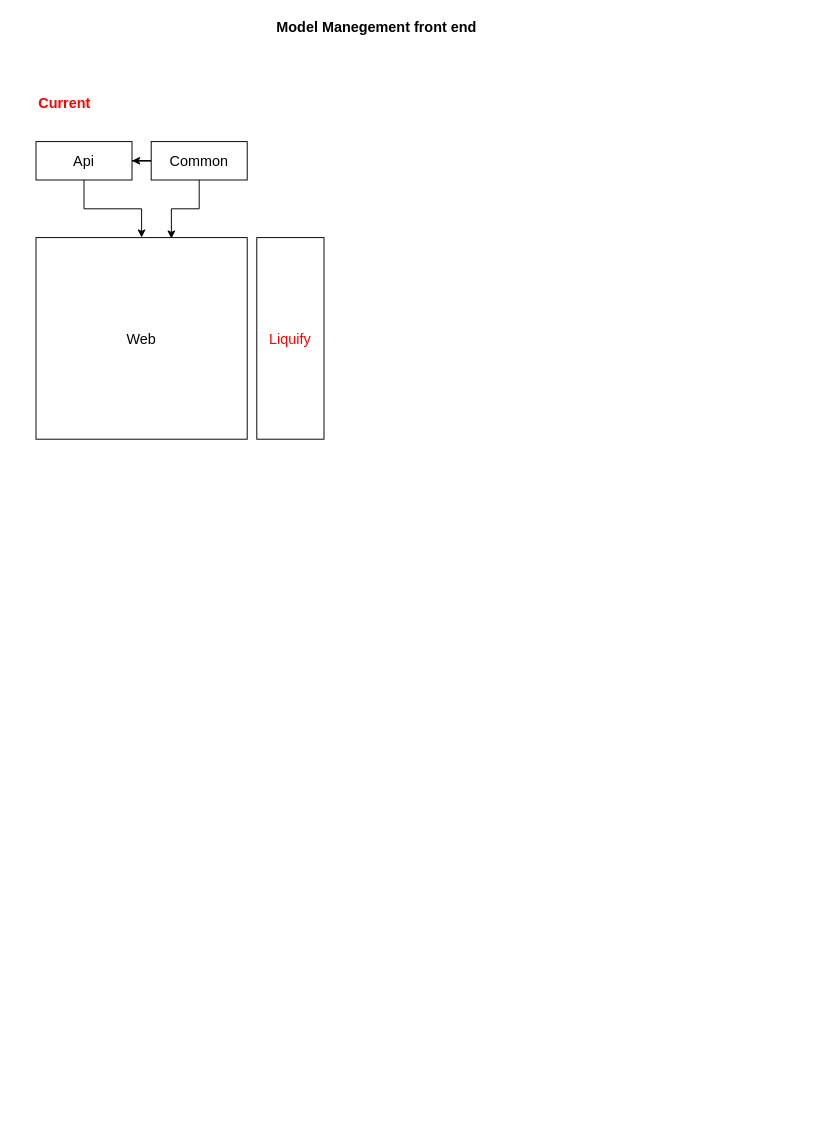
Before: Untitled Diagram.drawio in haithemT/diagrams, a draw.io diagram. Source tidied: cells renumbered, new cells numbered last; positions are measured from the earlier drawing's top-left corner, leaving out a move shared by most shapes. Both pictures are drawn from the tidied source at 96%, with x=0, y=0 at pixel (36, 16).
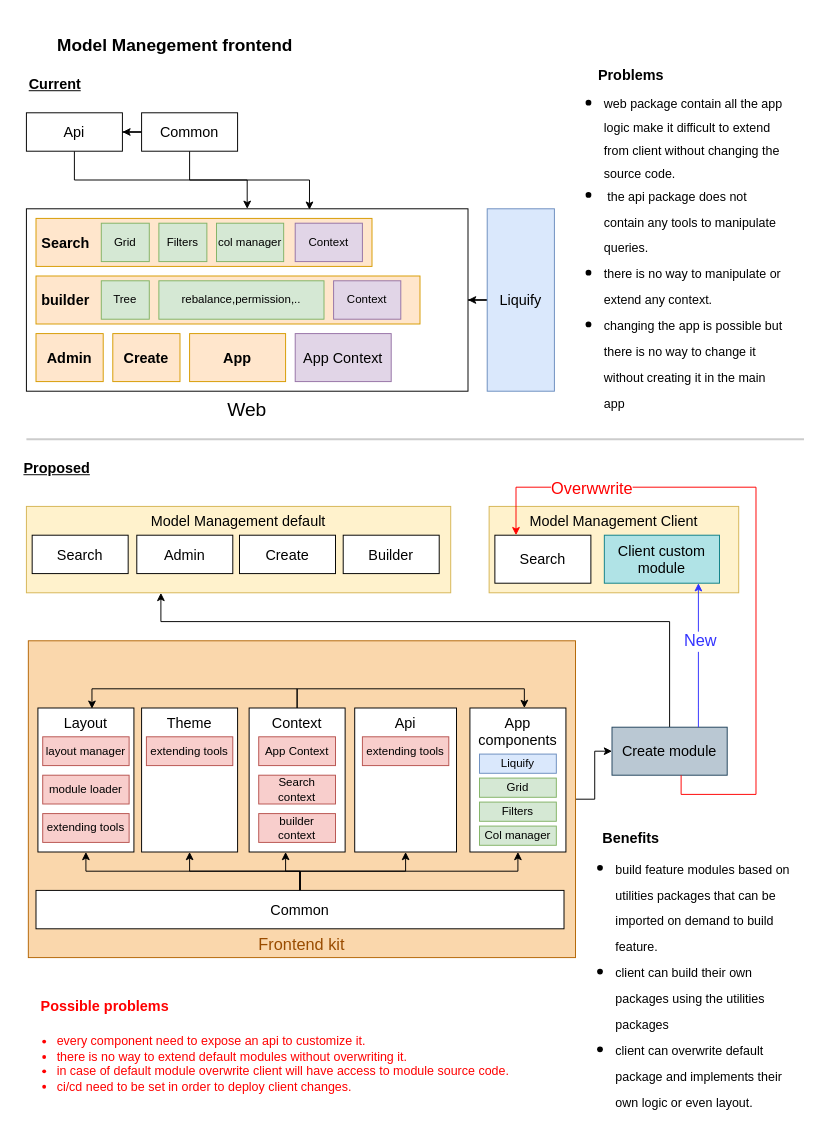
After the change.

What changed in the source:
```diff
@@
+    <mxCell id="11" style="edgeStyle=orthogonalEdgeStyle;rounded=0;jettySize=auto;html=1;startArrow=none;startFill=0;fontSize=17;fontColor=#994C00;" parent="1" edge="1" source="12" target="61">
+      <mxGeometry relative="1" as="geometry" />
+    </mxCell>
+    <mxCell id="12" value="Frontend kit" style="rounded=0;whiteSpace=wrap;html=1;fontSize=17;align=center;fillColor=#fad7ac;strokeColor=#b46504;verticalAlign=bottom;fontColor=#994C00;" parent="1" vertex="1">
+      <mxGeometry x="-8" y="650" width="570" height="330" as="geometry" />
+    </mxCell>
+    <mxCell id="13" value="Model Management default" style="rounded=0;whiteSpace=wrap;html=1;fontSize=15;align=center;fillColor=#fff2cc;strokeColor=#d6b656;verticalAlign=top;" parent="1" vertex="1">
+      <mxGeometry x="-10" y="510" width="442" height="90" as="geometry" />
+    </mxCell>
-    <mxCell id="2" value="Model Manegement front end" style="text;html=1;strokeColor=none;fillColor=none;align=center;verticalAlign=middle;whiteSpace=wrap;rounded=0;fontStyle=1;fontSize=15;" parent="1" vertex="1">
-      <mxGeometry x="240" width="230" height="20" as="geometry" />
+    <mxCell id="2" value="Model Manegement frontend" style="text;html=1;strokeColor=none;fillColor=none;align=center;verticalAlign=middle;whiteSpace=wrap;rounded=0;fontStyle=1;fontSize=18;" parent="1" vertex="1">
+      <mxGeometry x="-20" y="20" width="330" height="20" as="geometry" />
     </mxCell>
-    <mxCell id="3" value="Current" style="text;html=1;strokeColor=none;fillColor=none;align=center;verticalAlign=middle;whiteSpace=wrap;rounded=0;fontSize=15;fontColor=#FF0000;fontStyle=1;" parent="1" vertex="1">
-      <mxGeometry x="10" y="80" width="40" height="20" as="geometry" />
+    <mxCell id="3" value="Current" style="text;html=1;strokeColor=none;fillColor=none;align=center;verticalAlign=middle;whiteSpace=wrap;rounded=0;fontSize=15;fontStyle=5;" parent="1" vertex="1">
+      <mxGeometry y="60" width="40" height="20" as="geometry" />
     </mxCell>
@@
     <mxCell id="5" value="&lt;font color=&quot;#000000&quot;&gt;Api&lt;/font&gt;" style="rounded=0;whiteSpace=wrap;html=1;fontSize=15;fontColor=#FF0000;" parent="1" vertex="1">
-      <mxGeometry y="130" width="100" height="40" as="geometry" />
+      <mxGeometry x="-10" y="100" width="100" height="40" as="geometry" />
     </mxCell>
@@
     <mxCell id="8" value="&lt;font color=&quot;#000000&quot;&gt;Common&lt;/font&gt;" style="rounded=0;whiteSpace=wrap;html=1;fontSize=15;fontColor=#FF0000;" parent="1" vertex="1">
-      <mxGeometry x="120" y="130" width="100" height="40" as="geometry" />
+      <mxGeometry x="110" y="100" width="100" height="40" as="geometry" />
     </mxCell>
-    <mxCell id="9" value="&lt;font color=&quot;#000000&quot;&gt;Web&lt;/font&gt;" style="rounded=0;whiteSpace=wrap;html=1;fontSize=15;fontColor=#FF0000;" parent="1" vertex="1">
-      <mxGeometry y="230" width="220" height="210" as="geometry" />
+    <mxCell id="9" value="&lt;font color=&quot;#000000&quot; style=&quot;font-size: 20px;&quot;&gt;Web&lt;/font&gt;" style="rounded=0;whiteSpace=wrap;html=1;fontSize=20;fontColor=#FF0000;labelPosition=center;verticalLabelPosition=bottom;align=center;verticalAlign=top;" parent="1" vertex="1">
+      <mxGeometry x="-10" y="200" width="460" height="190" as="geometry" />
     </mxCell>
+    <mxCell id="14" style="edgeStyle=orthogonalEdgeStyle;rounded=0;jettySize=auto;html=1;startArrow=none;startFill=0;strokeColor=#000000;fontSize=17;fontColor=#000000;" parent="1" edge="1" source="10" target="9">
+      <mxGeometry relative="1" as="geometry" />
+    </mxCell>
-    <mxCell id="10" value="Liquify" style="rounded=0;whiteSpace=wrap;html=1;fontSize=15;fontColor=#FF0000;" parent="1" vertex="1">
-      <mxGeometry x="230" y="230" width="70" height="210" as="geometry" />
+    <mxCell id="10" value="Liquify" style="rounded=0;whiteSpace=wrap;html=1;fontSize=15;fillColor=#dae8fc;strokeColor=#6c8ebf;" parent="1" vertex="1">
+      <mxGeometry x="470" y="200" width="70" height="190" as="geometry" />
     </mxCell>
+    <mxCell id="15" value="Search" style="rounded=0;whiteSpace=wrap;html=1;fontSize=15;fillColor=#ffe6cc;strokeColor=#d79b00;align=left;spacingLeft=4;fontStyle=1;" parent="1" vertex="1">
+      <mxGeometry y="210" width="350" height="50" as="geometry" />
+    </mxCell>
+    <mxCell id="16" value="Create" style="rounded=0;whiteSpace=wrap;html=1;fontSize=15;fillColor=#ffe6cc;strokeColor=#d79b00;fontStyle=1;" parent="1" vertex="1">
+      <mxGeometry x="80" y="330" width="70" height="50" as="geometry" />
+    </mxCell>
+    <mxCell id="17" value="Admin" style="rounded=0;whiteSpace=wrap;html=1;fontSize=15;fillColor=#ffe6cc;strokeColor=#d79b00;fontStyle=1;" parent="1" vertex="1">
+      <mxGeometry y="330" width="70" height="50" as="geometry" />
+    </mxCell>
+    <mxCell id="18" value="Grid" style="rounded=0;whiteSpace=wrap;html=1;fontSize=12;align=center;fillColor=#d5e8d4;strokeColor=#82b366;" parent="1" vertex="1">
+      <mxGeometry x="68" y="215" width="50" height="40" as="geometry" />
+    </mxCell>
+    <mxCell id="19" value="Filters" style="rounded=0;whiteSpace=wrap;html=1;fontSize=12;align=center;fillColor=#d5e8d4;strokeColor=#82b366;" parent="1" vertex="1">
+      <mxGeometry x="128" y="215" width="50" height="40" as="geometry" />
+    </mxCell>
+    <mxCell id="20" value="col manager" style="rounded=0;whiteSpace=wrap;html=1;fontSize=12;align=center;fillColor=#d5e8d4;strokeColor=#82b366;" parent="1" vertex="1">
+      <mxGeometry x="188" y="215" width="70" height="40" as="geometry" />
+    </mxCell>
+    <mxCell id="21" value="builder" style="rounded=0;whiteSpace=wrap;html=1;fontSize=15;fillColor=#ffe6cc;strokeColor=#d79b00;align=left;spacingLeft=4;fontStyle=1;" parent="1" vertex="1">
+      <mxGeometry y="270" width="400" height="50" as="geometry" />
+    </mxCell>
+    <mxCell id="22" value="Tree" style="rounded=0;whiteSpace=wrap;html=1;fontSize=12;align=center;fillColor=#d5e8d4;strokeColor=#82b366;" parent="1" vertex="1">
+      <mxGeometry x="68" y="275" width="50" height="40" as="geometry" />
+    </mxCell>
+    <mxCell id="23" value="rebalance,permission,.." style="rounded=0;whiteSpace=wrap;html=1;fontSize=12;align=center;fillColor=#d5e8d4;strokeColor=#82b366;" parent="1" vertex="1">
+      <mxGeometry x="128" y="275" width="172" height="40" as="geometry" />
+    </mxCell>
+    <mxCell id="24" value="Context" style="rounded=0;whiteSpace=wrap;html=1;fontSize=12;align=center;fillColor=#e1d5e7;strokeColor=#9673a6;" parent="1" vertex="1">
+      <mxGeometry x="270" y="215" width="70" height="40" as="geometry" />
+    </mxCell>
+    <mxCell id="25" value="Context" style="rounded=0;whiteSpace=wrap;html=1;fontSize=12;align=center;fillColor=#e1d5e7;strokeColor=#9673a6;" parent="1" vertex="1">
+      <mxGeometry x="310" y="275" width="70" height="40" as="geometry" />
+    </mxCell>
+    <mxCell id="26" value="App" style="rounded=0;whiteSpace=wrap;html=1;fontSize=15;fillColor=#ffe6cc;strokeColor=#d79b00;fontStyle=1;" parent="1" vertex="1">
+      <mxGeometry x="160" y="330" width="100" height="50" as="geometry" />
+    </mxCell>
+    <mxCell id="27" value="App Context" style="rounded=0;whiteSpace=wrap;html=1;fontSize=15;align=center;fillColor=#e1d5e7;strokeColor=#9673a6;" parent="1" vertex="1">
+      <mxGeometry x="270" y="330" width="100" height="50" as="geometry" />
+    </mxCell>
+    <mxCell id="28" value="&lt;ul style=&quot;line-height: 120%&quot;&gt;&lt;li&gt;&lt;font style=&quot;font-size: 13px ; line-height: 100%&quot;&gt;web package contain all the app logic make it difficult to extend from client without changing the source code.&lt;/font&gt;&lt;/li&gt;&lt;li&gt;&lt;font style=&quot;font-size: 13px&quot;&gt;&amp;nbsp;the api package does not contain any tools to manipulate queries.&lt;/font&gt;&lt;/li&gt;&lt;li&gt;&lt;font style=&quot;font-size: 13px&quot;&gt;there is no way to manipulate or extend any context.&lt;/font&gt;&lt;/li&gt;&lt;li&gt;&lt;span style=&quot;font-size: 13px&quot;&gt;changing the app is possible but there is no way to change it without creating it in the main app&lt;/span&gt;&lt;/li&gt;&lt;/ul&gt;" style="text;strokeColor=none;fillColor=none;html=1;whiteSpace=wrap;verticalAlign=top;overflow=hidden;fontSize=20;fontColor=#000000;align=left;labelPosition=center;verticalLabelPosition=middle;" parent="1" vertex="1">
+      <mxGeometry x="550" y="50" width="230" height="370" as="geometry" />
+    </mxCell>
+    <mxCell id="29" value="Problems" style="text;html=1;strokeColor=none;fillColor=none;align=center;verticalAlign=middle;whiteSpace=wrap;rounded=0;fontSize=15;fontColor=#000000;fontStyle=1;" parent="1" vertex="1">
+      <mxGeometry x="600" y="50" width="40" height="20" as="geometry" />
+    </mxCell>
+    <mxCell id="30" value="Proposed" style="text;html=1;strokeColor=none;fillColor=none;align=center;verticalAlign=middle;whiteSpace=wrap;rounded=0;fontSize=15;fontStyle=5;" parent="1" vertex="1">
+      <mxGeometry x="2" y="460" width="40" height="20" as="geometry" />
+    </mxCell>
+    <mxCell id="31" value="&lt;font color=&quot;#000000&quot;&gt;Api&lt;/font&gt;" style="rounded=0;whiteSpace=wrap;html=1;fontSize=15;fontColor=#FF0000;align=center;verticalAlign=top;" parent="1" vertex="1">
+      <mxGeometry x="332" y="720" width="106" height="150" as="geometry" />
+    </mxCell>
+    <mxCell id="32" value="extending tools" style="rounded=0;whiteSpace=wrap;html=1;fontSize=12;align=center;fillColor=#f8cecc;strokeColor=#b85450;" parent="1" vertex="1">
+      <mxGeometry x="340" y="750" width="90" height="30" as="geometry" />
+    </mxCell>
+    <mxCell id="33" style="edgeStyle=orthogonalEdgeStyle;rounded=0;jettySize=auto;html=1;startArrow=none;startFill=0;strokeColor=#000000;fontSize=17;fontColor=#000000;" parent="1" edge="1" source="38" target="43">
+      <mxGeometry relative="1" as="geometry" />
+    </mxCell>
+    <mxCell id="34" style="edgeStyle=orthogonalEdgeStyle;rounded=0;jettySize=auto;html=1;startArrow=none;startFill=0;strokeColor=#000000;fontSize=17;fontColor=#000000;" parent="1" edge="1" source="38" target="44">
+      <mxGeometry relative="1" as="geometry" />
+    </mxCell>
+    <mxCell id="35" style="edgeStyle=orthogonalEdgeStyle;rounded=0;jettySize=auto;html=1;entryX=0.38;entryY=1;entryDx=0;entryDy=0;entryPerimeter=0;startArrow=none;startFill=0;strokeColor=#000000;fontSize=17;fontColor=#000000;" parent="1" edge="1" source="38" target="47">
+      <mxGeometry relative="1" as="geometry" />
+    </mxCell>
+    <mxCell id="36" style="edgeStyle=orthogonalEdgeStyle;rounded=0;jettySize=auto;html=1;startArrow=none;startFill=0;strokeColor=#000000;fontSize=17;fontColor=#000000;" parent="1" edge="1" source="38" target="31">
+      <mxGeometry relative="1" as="geometry" />
+    </mxCell>
+    <mxCell id="37" style="edgeStyle=orthogonalEdgeStyle;rounded=0;jettySize=auto;html=1;entryX=0.5;entryY=1;entryDx=0;entryDy=0;startArrow=none;startFill=0;strokeColor=#000000;fontSize=17;fontColor=#000000;" parent="1" edge="1" source="38" target="55">
+      <mxGeometry relative="1" as="geometry" />
+    </mxCell>
+    <mxCell id="38" value="&lt;font color=&quot;#000000&quot;&gt;Common&lt;/font&gt;" style="rounded=0;whiteSpace=wrap;html=1;fontSize=15;fontColor=#FF0000;" parent="1" vertex="1">
+      <mxGeometry y="910" width="550" height="40" as="geometry" />
+    </mxCell>
+    <mxCell id="39" value="&lt;font color=&quot;#000000&quot;&gt;Search&lt;/font&gt;" style="rounded=0;whiteSpace=wrap;html=1;fontSize=15;fontColor=#FF0000;verticalAlign=middle;" parent="1" vertex="1">
+      <mxGeometry x="-4" y="540" width="100" height="40" as="geometry" />
+    </mxCell>
+    <mxCell id="40" value="&lt;font color=&quot;#000000&quot;&gt;Builder&lt;/font&gt;" style="rounded=0;whiteSpace=wrap;html=1;fontSize=15;fontColor=#FF0000;verticalAlign=middle;" parent="1" vertex="1">
+      <mxGeometry x="320" y="540" width="100" height="40" as="geometry" />
+    </mxCell>
+    <mxCell id="41" value="&lt;font color=&quot;#000000&quot;&gt;Admin&lt;/font&gt;" style="rounded=0;whiteSpace=wrap;html=1;fontSize=15;fontColor=#FF0000;verticalAlign=middle;" parent="1" vertex="1">
+      <mxGeometry x="105" y="540" width="100" height="40" as="geometry" />
+    </mxCell>
+    <mxCell id="42" value="&lt;font color=&quot;#000000&quot;&gt;Create&lt;/font&gt;" style="rounded=0;whiteSpace=wrap;html=1;fontSize=15;fontColor=#FF0000;verticalAlign=middle;" parent="1" vertex="1">
+      <mxGeometry x="212" y="540" width="100" height="40" as="geometry" />
+    </mxCell>
+    <mxCell id="43" value="&lt;font color=&quot;#000000&quot;&gt;Layout&lt;/font&gt;" style="rounded=0;whiteSpace=wrap;html=1;fontSize=15;fontColor=#FF0000;verticalAlign=top;" parent="1" vertex="1">
+      <mxGeometry x="2" y="720" width="100" height="150" as="geometry" />
+    </mxCell>
+    <mxCell id="44" value="&lt;font color=&quot;#000000&quot;&gt;Theme&lt;/font&gt;" style="rounded=0;whiteSpace=wrap;html=1;fontSize=15;fontColor=#FF0000;verticalAlign=top;" parent="1" vertex="1">
+      <mxGeometry x="110" y="720" width="100" height="150" as="geometry" />
+    </mxCell>
+    <mxCell id="45" style="edgeStyle=orthogonalEdgeStyle;rounded=0;jettySize=auto;html=1;entryX=0.567;entryY=0;entryDx=0;entryDy=0;entryPerimeter=0;startArrow=none;startFill=0;strokeColor=#000000;fontSize=17;fontColor=#000000;" parent="1" edge="1" source="47" target="55">
+      <mxGeometry relative="1" as="geometry">
+        <Array as="points">
+          <mxPoint x="272" y="700" />
+          <mxPoint x="509" y="700" />
+        </Array>
+      </mxGeometry>
+    </mxCell>
+    <mxCell id="46" style="edgeStyle=orthogonalEdgeStyle;rounded=0;jettySize=auto;html=1;entryX=0.563;entryY=0.005;entryDx=0;entryDy=0;entryPerimeter=0;startArrow=none;startFill=0;strokeColor=#000000;fontSize=17;fontColor=#000000;" parent="1" edge="1" source="47" target="43">
+      <mxGeometry relative="1" as="geometry">
+        <Array as="points">
+          <mxPoint x="272" y="700" />
+          <mxPoint x="58" y="700" />
+        </Array>
+      </mxGeometry>
+    </mxCell>
+    <mxCell id="47" value="&lt;font color=&quot;#000000&quot;&gt;Context&lt;/font&gt;" style="rounded=0;whiteSpace=wrap;html=1;fontSize=15;fontColor=#FF0000;verticalAlign=top;" parent="1" vertex="1">
+      <mxGeometry x="222" y="720" width="100" height="150" as="geometry" />
+    </mxCell>
+    <mxCell id="48" value="App Context" style="rounded=0;whiteSpace=wrap;html=1;fontSize=12;align=center;fillColor=#f8cecc;strokeColor=#b85450;" parent="1" vertex="1">
+      <mxGeometry x="232" y="750" width="80" height="30" as="geometry" />
+    </mxCell>
+    <mxCell id="49" value="Search context" style="rounded=0;whiteSpace=wrap;html=1;fontSize=12;align=center;fillColor=#f8cecc;strokeColor=#b85450;" parent="1" vertex="1">
+      <mxGeometry x="232" y="790" width="80" height="30" as="geometry" />
+    </mxCell>
+    <mxCell id="50" value="builder context" style="rounded=0;whiteSpace=wrap;html=1;fontSize=12;align=center;fillColor=#f8cecc;strokeColor=#b85450;" parent="1" vertex="1">
+      <mxGeometry x="232" y="830" width="80" height="30" as="geometry" />
+    </mxCell>
+    <mxCell id="51" value="extending tools" style="rounded=0;whiteSpace=wrap;html=1;fontSize=12;align=center;fillColor=#f8cecc;strokeColor=#b85450;" parent="1" vertex="1">
+      <mxGeometry x="115" y="750" width="90" height="30" as="geometry" />
+    </mxCell>
+    <mxCell id="52" value="layout manager" style="rounded=0;whiteSpace=wrap;html=1;fontSize=12;align=center;fillColor=#f8cecc;strokeColor=#b85450;" parent="1" vertex="1">
+      <mxGeometry x="7" y="750" width="90" height="30" as="geometry" />
+    </mxCell>
+    <mxCell id="53" value="module loader" style="rounded=0;whiteSpace=wrap;html=1;fontSize=12;align=center;fillColor=#f8cecc;strokeColor=#b85450;" parent="1" vertex="1">
+      <mxGeometry x="7" y="790" width="90" height="30" as="geometry" />
+    </mxCell>
+    <mxCell id="54" value="extending tools" style="rounded=0;whiteSpace=wrap;html=1;fontSize=12;align=center;fillColor=#f8cecc;strokeColor=#b85450;" parent="1" vertex="1">
+      <mxGeometry x="7" y="830" width="90" height="30" as="geometry" />
+    </mxCell>
+    <mxCell id="55" value="&lt;font color=&quot;#000000&quot;&gt;App components&lt;/font&gt;" style="rounded=0;whiteSpace=wrap;html=1;fontSize=15;fontColor=#FF0000;verticalAlign=top;" parent="1" vertex="1">
+      <mxGeometry x="452" y="720" width="100" height="150" as="geometry" />
+    </mxCell>
+    <mxCell id="56" value="Liquify" style="rounded=0;whiteSpace=wrap;html=1;fontSize=12;fillColor=#dae8fc;strokeColor=#6c8ebf;" parent="1" vertex="1">
+      <mxGeometry x="462" y="768" width="80" height="20" as="geometry" />
+    </mxCell>
+    <mxCell id="57" value="Grid" style="rounded=0;whiteSpace=wrap;html=1;fontSize=12;align=center;fillColor=#d5e8d4;strokeColor=#82b366;" parent="1" vertex="1">
+      <mxGeometry x="462" y="793" width="80" height="20" as="geometry" />
+    </mxCell>
+    <mxCell id="58" value="Filters" style="rounded=0;whiteSpace=wrap;html=1;fontSize=12;align=center;fillColor=#d5e8d4;strokeColor=#82b366;" parent="1" vertex="1">
+      <mxGeometry x="462" y="818" width="80" height="20" as="geometry" />
+    </mxCell>
+    <mxCell id="59" value="Col manager" style="rounded=0;whiteSpace=wrap;html=1;fontSize=12;align=center;fillColor=#d5e8d4;strokeColor=#82b366;" parent="1" vertex="1">
+      <mxGeometry x="462" y="843" width="80" height="20" as="geometry" />
+    </mxCell>
+    <mxCell id="60" style="edgeStyle=orthogonalEdgeStyle;rounded=0;jettySize=auto;html=1;entryX=0.317;entryY=1.001;entryDx=0;entryDy=0;entryPerimeter=0;startArrow=none;startFill=0;fontSize=20;fontColor=#FF0000;" parent="1" edge="1" source="61" target="13">
+      <mxGeometry relative="1" as="geometry">
+        <Array as="points">
+          <mxPoint x="660" y="630" />
+          <mxPoint x="130" y="630" />
+        </Array>
+      </mxGeometry>
+    </mxCell>
+    <mxCell id="61" value="&lt;font style=&quot;font-size: 15px&quot;&gt;Create module&lt;/font&gt;" style="rounded=0;whiteSpace=wrap;html=1;fontSize=17;align=center;fillColor=#bac8d3;strokeColor=#23445d;" parent="1" vertex="1">
+      <mxGeometry x="600" y="740" width="120" height="50" as="geometry" />
+    </mxCell>
+    <mxCell id="62" value="Model Management Client" style="rounded=0;whiteSpace=wrap;html=1;fontSize=15;align=center;fillColor=#fff2cc;strokeColor=#d6b656;verticalAlign=top;" parent="1" vertex="1">
+      <mxGeometry x="472" y="510" width="260" height="90" as="geometry" />
+    </mxCell>
+    <mxCell id="63" value="&lt;font color=&quot;#000000&quot;&gt;Search&lt;/font&gt;" style="rounded=0;whiteSpace=wrap;html=1;fontSize=15;fontColor=#FF0000;verticalAlign=middle;" parent="1" vertex="1">
+      <mxGeometry x="478" y="540" width="100" height="50" as="geometry" />
+    </mxCell>
+    <mxCell id="64" value="&lt;font color=&quot;#000000&quot; style=&quot;font-size: 15px&quot;&gt;Client custom module&lt;/font&gt;" style="rounded=0;whiteSpace=wrap;html=1;fontSize=12;align=center;verticalAlign=middle;fillColor=#b0e3e6;strokeColor=#0e8088;" parent="1" vertex="1">
+      <mxGeometry x="592" y="540" width="120" height="50" as="geometry" />
+    </mxCell>
+    <mxCell id="65" style="edgeStyle=orthogonalEdgeStyle;rounded=0;jettySize=auto;html=1;startArrow=none;startFill=0;fontSize=17;fontColor=#000000;strokeColor=#3333FF;" parent="1" edge="1" source="61" target="64">
+      <mxGeometry relative="1" as="geometry">
+        <Array as="points">
+          <mxPoint x="690" y="720" />
+          <mxPoint x="690" y="720" />
+        </Array>
+      </mxGeometry>
+    </mxCell>
+    <mxCell id="66" value="New" style="edgeLabel;html=1;align=center;verticalAlign=middle;fontSize=17;fontColor=#3333FF;" parent="65" vertex="1">
+      <mxGeometry x="0.2" y="-1" relative="1" as="geometry" />
+    </mxCell>
+    <mxCell id="67" style="edgeStyle=orthogonalEdgeStyle;rounded=0;jettySize=auto;html=1;startArrow=none;startFill=0;fontSize=17;fontColor=#FF0000;strokeColor=#FF0000;" parent="1" edge="1" source="61" target="63">
+      <mxGeometry relative="1" as="geometry">
+        <Array as="points">
+          <mxPoint x="672" y="810" />
+          <mxPoint x="750" y="810" />
+          <mxPoint x="750" y="490" />
+          <mxPoint x="500" y="490" />
+        </Array>
+      </mxGeometry>
+    </mxCell>
+    <mxCell id="68" value="Overwwrite" style="edgeLabel;html=1;align=center;verticalAlign=middle;fontSize=17;fontColor=#FF0000;" parent="67" vertex="1">
+      <mxGeometry x="0.15" y="3" relative="1" as="geometry">
+        <mxPoint x="-168.3" y="-3" as="offset" />
+      </mxGeometry>
+    </mxCell>
+    <mxCell id="69" value="&lt;ul style=&quot;line-height: 120%&quot;&gt;&lt;li&gt;&lt;span style=&quot;font-size: 13px&quot;&gt;build feature modules based on utilities packages that can be imported on demand to build feature.&lt;/span&gt;&lt;/li&gt;&lt;li&gt;&lt;span style=&quot;font-size: 13px&quot;&gt;client can build their own packages using the utilities packages&lt;/span&gt;&lt;/li&gt;&lt;li&gt;&lt;span style=&quot;font-size: 13px&quot;&gt;client can overwrite default package and implements their own logic or even layout.&lt;/span&gt;&lt;/li&gt;&lt;/ul&gt;" style="text;strokeColor=none;fillColor=none;html=1;whiteSpace=wrap;verticalAlign=top;overflow=hidden;fontSize=20;fontColor=#000000;align=left;labelPosition=center;verticalLabelPosition=middle;" parent="1" vertex="1">
+      <mxGeometry x="562" y="847" width="230" height="290" as="geometry" />
+    </mxCell>
+    <mxCell id="70" value="Benefits" style="text;html=1;strokeColor=none;fillColor=none;align=center;verticalAlign=middle;whiteSpace=wrap;rounded=0;fontSize=15;fontColor=#000000;fontStyle=1;" parent="1" vertex="1">
+      <mxGeometry x="600" y="845" width="40" height="20" as="geometry" />
+    </mxCell>
+    <mxCell id="71" value="Possible problems" style="text;html=1;strokeColor=none;fillColor=none;align=center;verticalAlign=middle;whiteSpace=wrap;rounded=0;fontSize=15;fontStyle=1;fontColor=#FF0000;" parent="1" vertex="1">
+      <mxGeometry x="2" y="1020" width="140" height="20" as="geometry" />
+    </mxCell>
+    <mxCell id="72" value="&lt;ul style=&quot;line-height: 120% ; font-size: 13px&quot;&gt;&lt;li style=&quot;font-size: 13px&quot;&gt;&lt;font style=&quot;font-size: 13px&quot;&gt;every component need to expose an api to customize it.&lt;/font&gt;&lt;/li&gt;&lt;li style=&quot;font-size: 13px&quot;&gt;&lt;font style=&quot;font-size: 13px&quot;&gt;there is no way to extend default modules without overwriting it.&lt;/font&gt;&lt;/li&gt;&lt;li style=&quot;font-size: 13px&quot;&gt;&lt;font style=&quot;font-size: 13px&quot;&gt;in case of default module overwrite client will have access to module source code.&lt;/font&gt;&lt;/li&gt;&lt;li style=&quot;font-size: 13px&quot;&gt;&lt;font style=&quot;font-size: 13px&quot;&gt;ci/cd need to be set in order to deploy client changes.&lt;/font&gt;&lt;/li&gt;&lt;/ul&gt;" style="text;strokeColor=none;fillColor=none;html=1;whiteSpace=wrap;verticalAlign=top;overflow=hidden;fontSize=13;align=left;labelPosition=center;verticalLabelPosition=middle;fontColor=#FF0000;" parent="1" vertex="1">
+      <mxGeometry x="-20" y="1040" width="535" height="100" as="geometry" />
+    </mxCell>
+    <mxCell id="73" style="endArrow=none;html=1;strokeWidth=2;fontSize=18;fontColor=#FF0000;fillColor=#d0cee2;strokeColor=#CCCCCC;" parent="1" edge="1">
+      <mxGeometry relative="1" as="geometry">
+        <mxPoint x="-10" y="440" as="sourcePoint" />
+        <mxPoint x="800" y="440" as="targetPoint" />
+      </mxGeometry>
+    </mxCell>
```
